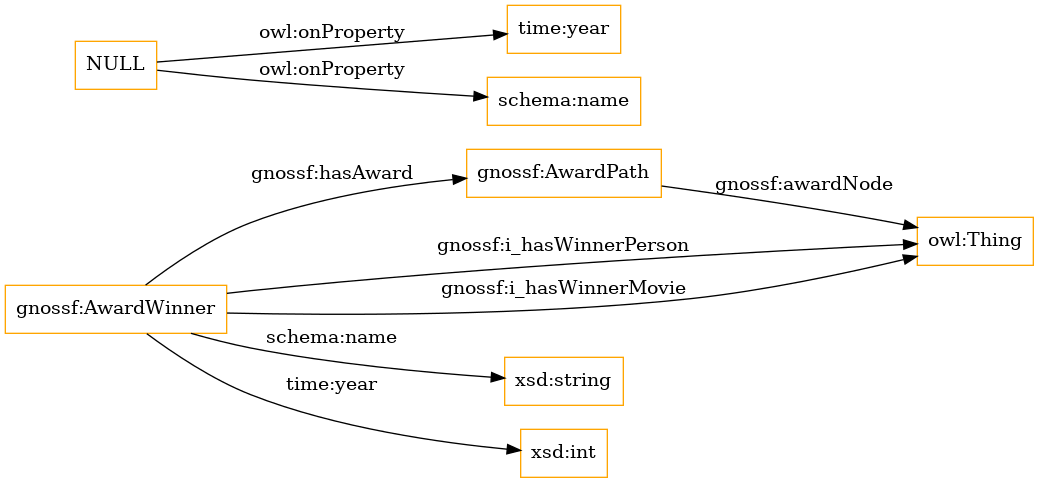
This is OnToology/ontologies/gfganador.owl/diagrams/ar2dtool-class/gfganador.owl.png from sergio10mwws/ontologias-demo, a Graphviz export, as it was before one commit. Its source is kept beside it as OnToology/ontologies/gfganador.owl/diagrams/ar2dtool-class/gfganador.owl.png.dot. The source it was exported from:
```dot
digraph ar2dtool_diagram {
rankdir=LR;
size="1501"
node [shape = rectangle, color="orange"]; "gnossf:AwardWinner" "gnossf:AwardPath" ; /*classes style*/
	"NULL" -> "time:year" [ label = "owl:onProperty" ];
	"NULL" -> "schema:name" [ label = "owl:onProperty" ];
	"gnossf:AwardWinner" -> "owl:Thing" [ label = "gnossf:i_hasWinnerPerson" ];
	"gnossf:AwardWinner" -> "xsd:string" [ label = "schema:name" ];
	"gnossf:AwardWinner" -> "gnossf:AwardPath" [ label = "gnossf:hasAward" ];
	"gnossf:AwardPath" -> "owl:Thing" [ label = "gnossf:awardNode" ];
	"gnossf:AwardWinner" -> "xsd:int" [ label = "time:year" ];
	"gnossf:AwardWinner" -> "owl:Thing" [ label = "gnossf:i_hasWinnerMovie" ];

}
```
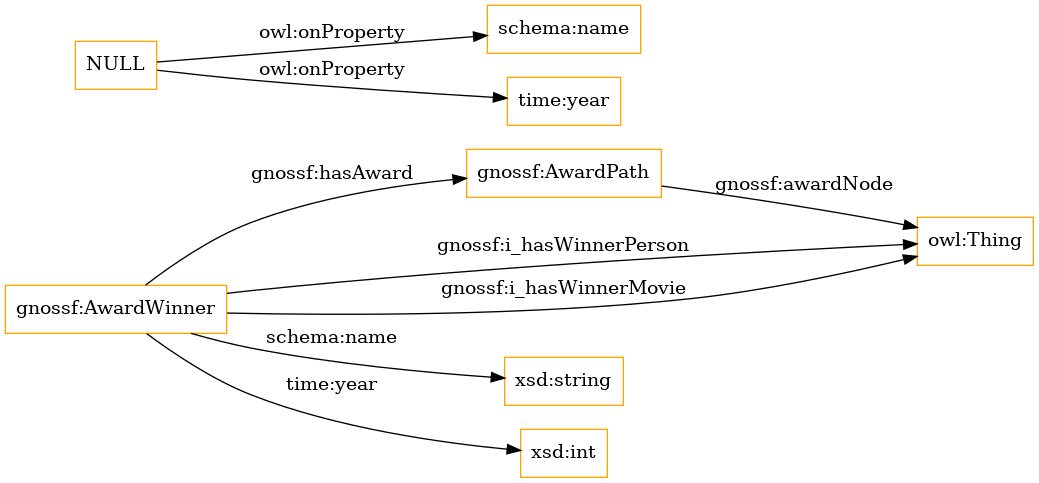
The same file after the commit.

The edit, as a diff of the source:
```diff
@@ -2,8 +2,8 @@
 rankdir=LR;
 size="1501"
 node [shape = rectangle, color="orange"]; "gnossf:AwardWinner" "gnossf:AwardPath" ; /*classes style*/
+	"NULL" -> "schema:name" [ label = "owl:onProperty" ];
 	"NULL" -> "time:year" [ label = "owl:onProperty" ];
-	"NULL" -> "schema:name" [ label = "owl:onProperty" ];
 	"gnossf:AwardWinner" -> "owl:Thing" [ label = "gnossf:i_hasWinnerPerson" ];
 	"gnossf:AwardWinner" -> "xsd:string" [ label = "schema:name" ];
 	"gnossf:AwardWinner" -> "gnossf:AwardPath" [ label = "gnossf:hasAward" ];
```
